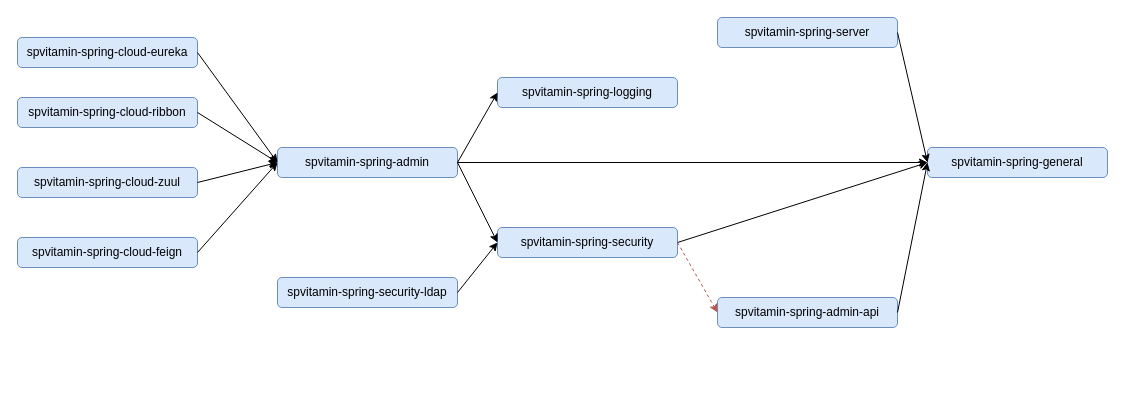
The draw.io diagram docs/spvitamin_dependency_graph.drawio in nagypet/spvitamin, before the edit. Source tidied: cells renumbered, new cells numbered last; positions are measured from the earlier drawing's top-left corner, leaving out a move shared by most shapes. Both pictures are drawn from the tidied source at 100%, with x=0, y=0 at pixel (17, 17).
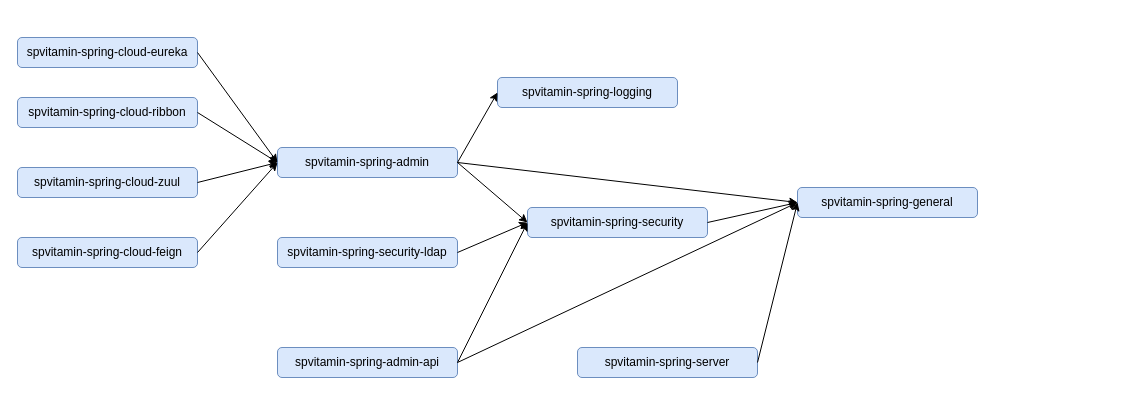
After the change.

The edit, as a diff of the source:
```diff
@@
     <mxCell id="2" value="spvitamin-spring-server" style="rounded=1;whiteSpace=wrap;html=1;fillColor=#dae8fc;strokeColor=#6c8ebf;" parent="1" vertex="1">
-      <mxGeometry x="700" width="180" height="30" as="geometry" />
+      <mxGeometry x="560" y="330" width="180" height="30" as="geometry" />
     </mxCell>
@@
     <mxCell id="12" value="spvitamin-spring-security-ldap" style="rounded=1;whiteSpace=wrap;html=1;fillColor=#dae8fc;strokeColor=#6c8ebf;" parent="1" vertex="1">
-      <mxGeometry x="260" y="260" width="180" height="30" as="geometry" />
+      <mxGeometry x="260" y="220" width="180" height="30" as="geometry" />
     </mxCell>
     <mxCell id="13" value="spvitamin-spring-security" style="rounded=1;whiteSpace=wrap;html=1;fillColor=#dae8fc;strokeColor=#6c8ebf;" parent="1" vertex="1">
-      <mxGeometry x="480" y="210" width="180" height="30" as="geometry" />
+      <mxGeometry x="510" y="190" width="180" height="30" as="geometry" />
     </mxCell>
     <mxCell id="14" value="spvitamin-spring-general" style="rounded=1;whiteSpace=wrap;html=1;fillColor=#dae8fc;strokeColor=#6c8ebf;" parent="1" vertex="1">
-      <mxGeometry x="910" y="130" width="180" height="30" as="geometry" />
+      <mxGeometry x="780" y="170" width="180" height="30" as="geometry" />
     </mxCell>
     <mxCell id="15" value="spvitamin-spring-admin-api" style="rounded=1;whiteSpace=wrap;html=1;fillColor=#dae8fc;strokeColor=#6c8ebf;" parent="1" vertex="1">
-      <mxGeometry x="700" y="280" width="180" height="30" as="geometry" />
+      <mxGeometry x="260" y="330" width="180" height="30" as="geometry" />
     </mxCell>
@@
-    <mxCell id="24" style="endArrow=classic;html=1;entryX=0;entryY=0.5;entryDx=0;entryDy=0;exitX=1;exitY=0.5;exitDx=0;exitDy=0;fillColor=#f8cecc;strokeColor=#b85450;dashed=1;" parent="1" edge="1" source="13" target="15">
-      <mxGeometry relative="1" as="geometry" />
-    </mxCell>
+    <mxCell id="25" style="endArrow=classic;html=1;exitX=1;exitY=0.5;exitDx=0;exitDy=0;entryX=0;entryY=0.5;entryDx=0;entryDy=0;" parent="1" edge="1" source="15" target="13">
+      <mxGeometry relative="1" as="geometry" />
+    </mxCell>
```
